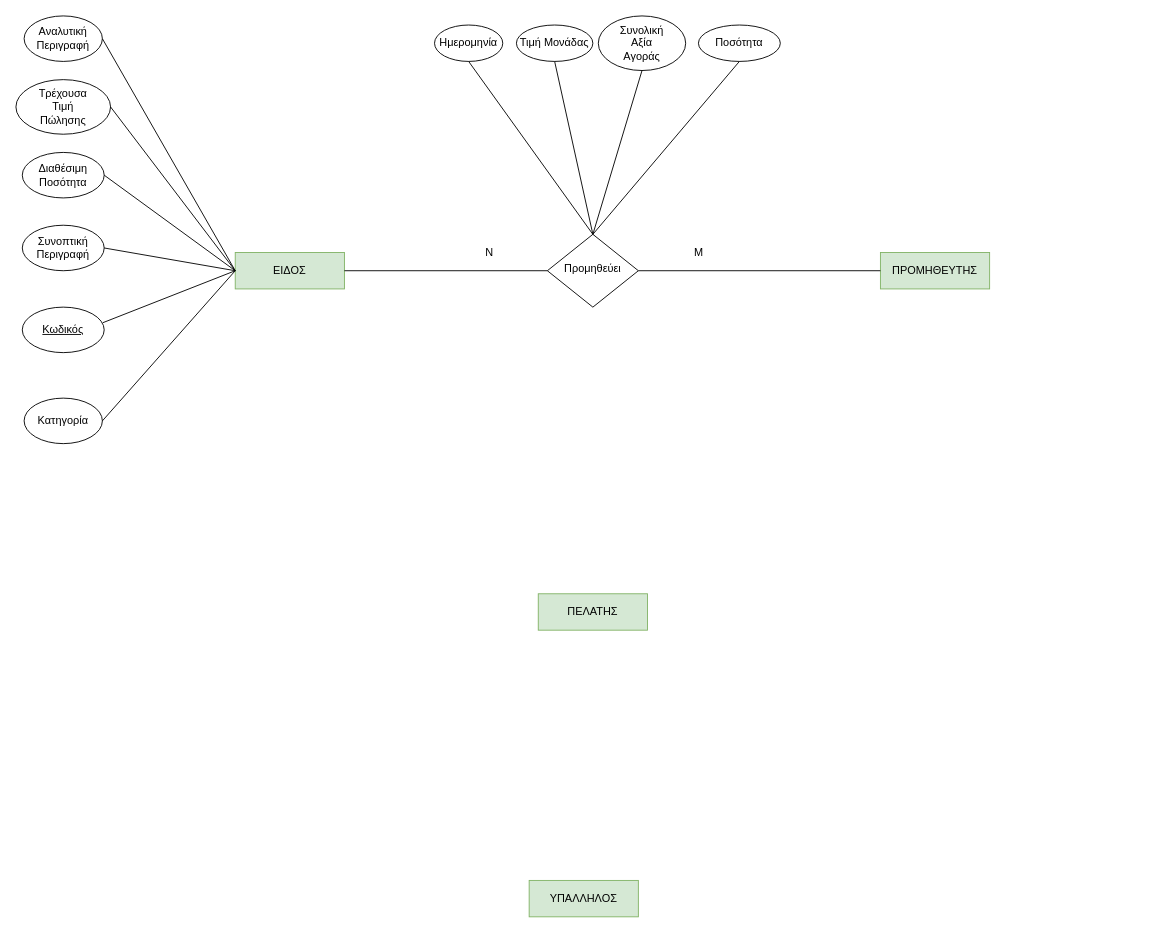
Above: ERDiagramFlowchart.drawio in Lazini/ERDiagram (draw.io), before the change. Source tidied: cells renumbered, new cells numbered last; positions are measured from the earlier drawing's top-left corner, leaving out a move shared by most shapes. Both pictures are drawn from the tidied source at 91%, with x=0, y=0 at pixel (15, 15).
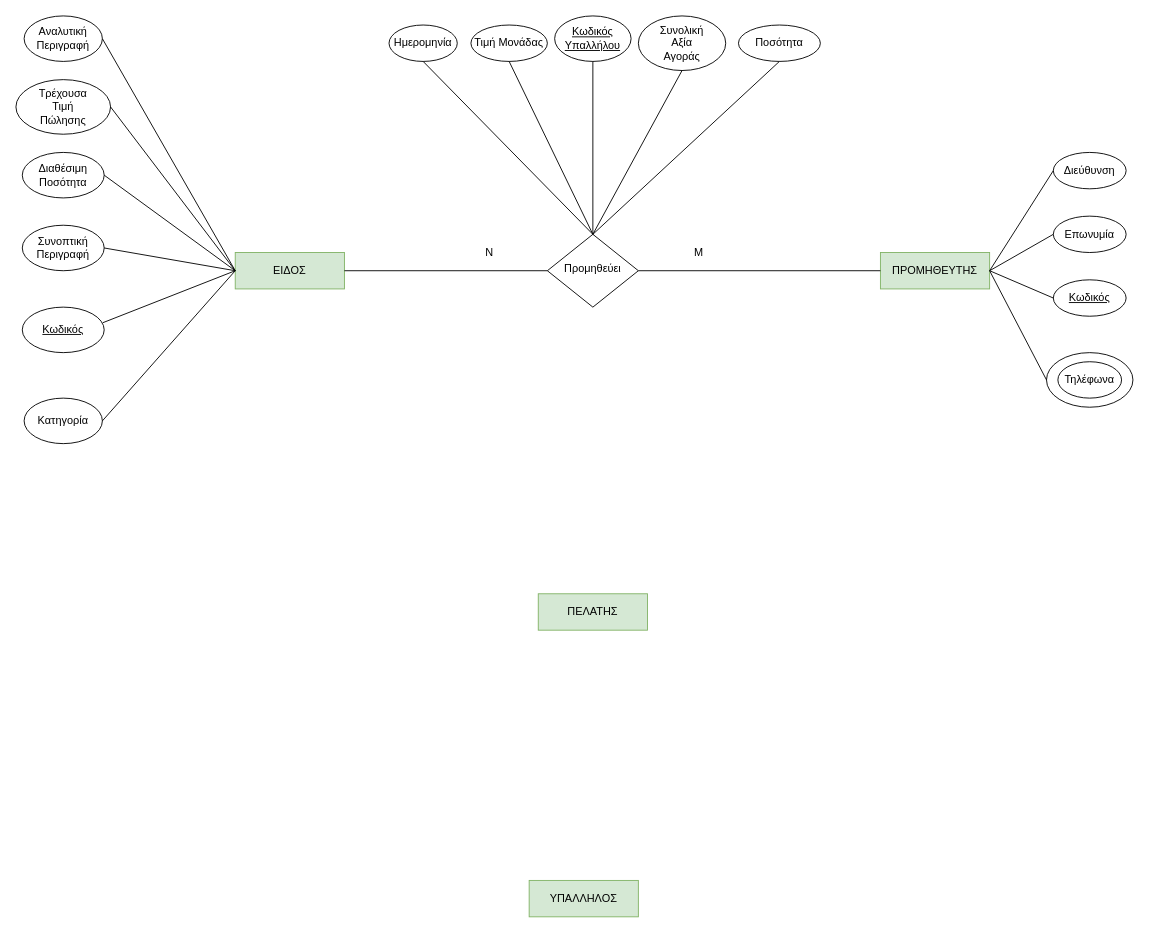
The same page after the edit.

The change refers to these unchanged cells:
```xml
<mxCell id="3" value="&lt;div&gt;ΠΡΟΜΗΘΕΥΤΗΣ&lt;/div&gt;" style="rounded=0;whiteSpace=wrap;html=1;fontSize=12;glass=0;strokeWidth=1;shadow=0;fillColor=#d5e8d4;strokeColor=#82b366;" parent="1" vertex="1">
  <mxGeometry x="950" y="260" width="120" height="40" as="geometry" />
</mxCell>
<mxCell id="6" value="Προμηθεύει" style="rhombus;whiteSpace=wrap;html=1;shadow=0;fontFamily=Helvetica;fontSize=12;align=center;strokeWidth=1;spacing=6;spacingTop=-4;" parent="1" vertex="1">
  <mxGeometry x="584" y="240" width="100" height="80" as="geometry" />
</mxCell>
```

The edit, as a diff of the source:
```diff
@@
     <mxCell id="23" value="Ημερομηνία" style="ellipse;whiteSpace=wrap;html=1;" parent="1" vertex="1">
-      <mxGeometry x="460" y="10" width="75" height="40" as="geometry" />
+      <mxGeometry x="410" y="10" width="75" height="40" as="geometry" />
     </mxCell>
     <mxCell id="24" value="Τιμή Μονάδας" style="ellipse;whiteSpace=wrap;html=1;" parent="1" vertex="1">
-      <mxGeometry x="550" y="10" width="84" height="40" as="geometry" />
+      <mxGeometry x="500" y="10" width="84" height="40" as="geometry" />
     </mxCell>
     <mxCell id="25" value="&lt;div&gt;Συνολική&lt;/div&gt;&lt;div&gt;Αξία&lt;/div&gt;&lt;div&gt;Αγοράς&lt;/div&gt;" style="ellipse;whiteSpace=wrap;html=1;" parent="1" vertex="1">
-      <mxGeometry x="640" width="96" height="60" as="geometry" />
+      <mxGeometry x="684" width="96" height="60" as="geometry" />
     </mxCell>
     <mxCell id="26" value="&lt;div&gt;Ποσότητα&lt;/div&gt;" style="ellipse;whiteSpace=wrap;html=1;" parent="1" vertex="1">
-      <mxGeometry x="750" y="10" width="90" height="40" as="geometry" />
+      <mxGeometry x="794" y="10" width="90" height="40" as="geometry" />
     </mxCell>
@@
+    <mxCell id="31" value="&lt;u&gt;Κωδικός Υπαλλήλου&lt;br&gt;&lt;/u&gt;" style="ellipse;whiteSpace=wrap;html=1;" parent="1" vertex="1">
+      <mxGeometry x="592" width="84" height="50" as="geometry" />
+    </mxCell>
+    <mxCell id="32" style="endArrow=none;html=1;rounded=0;exitX=0.5;exitY=1;exitDx=0;exitDy=0;entryX=0.5;entryY=0;entryDx=0;entryDy=0;" parent="1" edge="1" source="31" target="6">
+      <mxGeometry relative="1" as="geometry" />
+    </mxCell>
+    <mxCell id="33" value="Διεύθυνση" style="ellipse;whiteSpace=wrap;html=1;" parent="1" vertex="1">
+      <mxGeometry x="1140" y="150" width="80" height="40" as="geometry" />
+    </mxCell>
+    <mxCell id="34" value="Επωνυμία" style="ellipse;whiteSpace=wrap;html=1;" parent="1" vertex="1">
+      <mxGeometry x="1140" y="220" width="80" height="40" as="geometry" />
+    </mxCell>
+    <mxCell id="35" value="&lt;u&gt;Κωδικός&lt;/u&gt;" style="ellipse;whiteSpace=wrap;html=1;" parent="1" vertex="1">
+      <mxGeometry x="1140" y="290" width="80" height="40" as="geometry" />
+    </mxCell>
+    <mxCell id="36" style="ellipse;whiteSpace=wrap;html=1;" parent="1" vertex="1">
+      <mxGeometry x="1132.5" y="370" width="95" height="60" as="geometry" />
+    </mxCell>
+    <mxCell id="37" value="Τηλέφωνα" style="ellipse;whiteSpace=wrap;html=1;" parent="1" vertex="1">
+      <mxGeometry x="1145" y="380" width="70" height="40" as="geometry" />
+    </mxCell>
+    <mxCell id="38" style="endArrow=none;html=1;rounded=0;exitX=1;exitY=0.5;exitDx=0;exitDy=0;entryX=0;entryY=0.5;entryDx=0;entryDy=0;" parent="1" edge="1" source="3" target="33">
+      <mxGeometry relative="1" as="geometry" />
+    </mxCell>
+    <mxCell id="39" style="endArrow=none;html=1;rounded=0;entryX=0;entryY=0.5;entryDx=0;entryDy=0;exitX=1;exitY=0.5;exitDx=0;exitDy=0;" parent="1" edge="1" source="3" target="34">
+      <mxGeometry relative="1" as="geometry" />
+    </mxCell>
+    <mxCell id="40" style="endArrow=none;html=1;rounded=0;exitX=0;exitY=0.5;exitDx=0;exitDy=0;entryX=1;entryY=0.5;entryDx=0;entryDy=0;" parent="1" edge="1" source="35" target="3">
+      <mxGeometry relative="1" as="geometry" />
+    </mxCell>
+    <mxCell id="41" style="endArrow=none;html=1;rounded=0;exitX=0;exitY=0.5;exitDx=0;exitDy=0;entryX=1;entryY=0.5;entryDx=0;entryDy=0;" parent="1" edge="1" source="36" target="3">
+      <mxGeometry relative="1" as="geometry" />
+    </mxCell>
```
